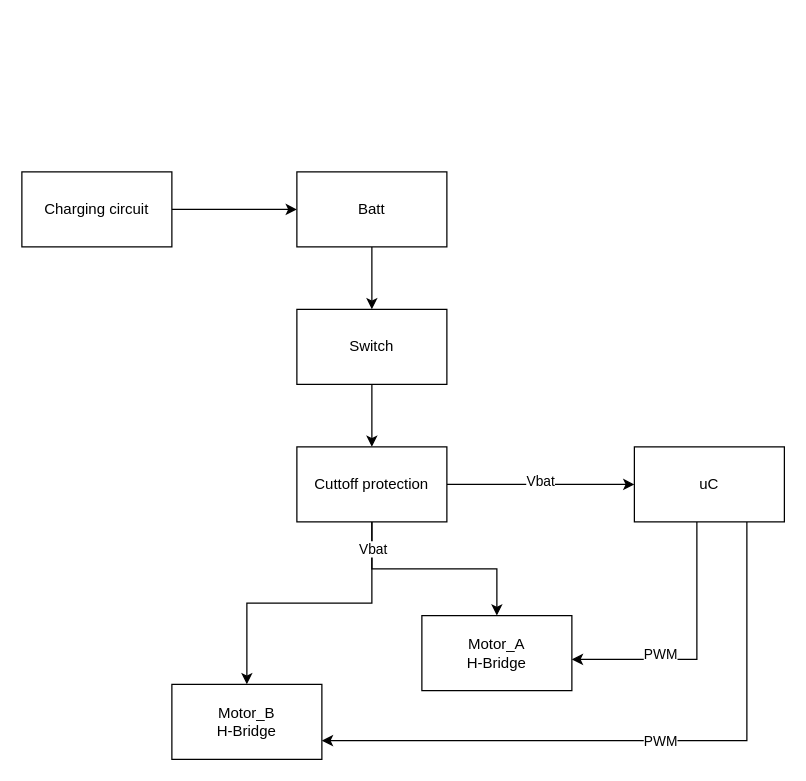
Above: documents/power/system-diagram.drawio in Luke-VDW/micromouse (draw.io), before the change. Source tidied: cells renumbered, new cells numbered last; positions are measured from the earlier drawing's top-left corner, leaving out a move shared by most shapes. Both pictures are drawn from the tidied source at 125%, with x=0, y=0 at pixel (21, 171).
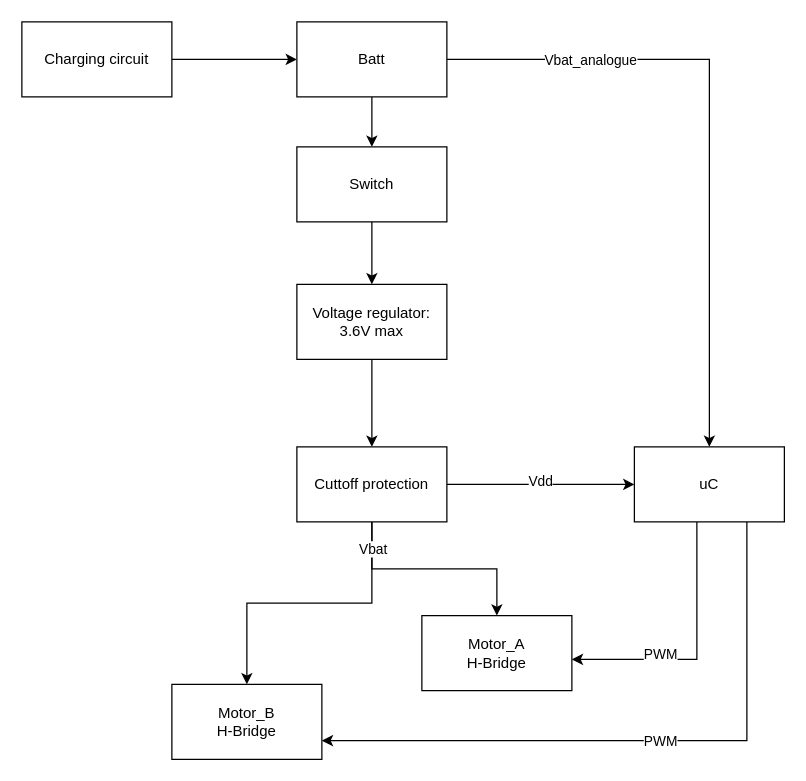
Above is the later version.

The change refers to these unchanged cells:
```xml
<mxCell id="9" style="edgeStyle=orthogonalEdgeStyle;rounded=0;jettySize=auto;html=1;" parent="1" edge="1" source="13" target="19">
  <mxGeometry relative="1" as="geometry" />
</mxCell>
<mxCell id="13" value="Cuttoff protection" style="whiteSpace=wrap;html=1;rounded=0;" parent="1" vertex="1">
  <mxGeometry x="220" y="220" width="120" height="60" as="geometry" />
</mxCell>
<mxCell id="19" value="uC" style="whiteSpace=wrap;html=1;rounded=0;" parent="1" vertex="1">
  <mxGeometry x="490" y="220" width="120" height="60" as="geometry" />
</mxCell>
```

The edit, as a diff of the source:
```diff
@@
+    <mxCell id="21" style="edgeStyle=orthogonalEdgeStyle;rounded=0;jettySize=auto;html=1;" parent="1" edge="1" source="4" target="19">
+      <mxGeometry relative="1" as="geometry" />
+    </mxCell>
+    <mxCell id="22" value="Vbat_analogue" style="edgeLabel;html=1;align=center;verticalAlign=middle;" parent="21" vertex="1">
+      <mxGeometry x="-0.56" y="-4" relative="1" as="geometry">
+        <mxPoint y="-4" as="offset" />
+      </mxGeometry>
+    </mxCell>
@@
     <mxCell id="4" value="Batt" style="rounded=0;whiteSpace=wrap;html=1;" parent="1" vertex="1">
-      <mxGeometry x="220" width="120" height="60" as="geometry" />
+      <mxGeometry x="220" y="-120" width="120" height="60" as="geometry" />
     </mxCell>
     <mxCell id="5" value="Charging circuit" style="rounded=0;whiteSpace=wrap;html=1;" parent="1" vertex="1">
-      <mxGeometry width="120" height="60" as="geometry" />
+      <mxGeometry y="-120" width="120" height="60" as="geometry" />
     </mxCell>
-    <mxCell id="6" style="edgeStyle=orthogonalEdgeStyle;rounded=0;jettySize=auto;html=1;" parent="1" edge="1" source="7" target="13">
-      <mxGeometry relative="1" as="geometry" />
-    </mxCell>
+    <mxCell id="23" style="edgeStyle=orthogonalEdgeStyle;rounded=0;jettySize=auto;html=1;" parent="1" edge="1" source="7" target="25">
+      <mxGeometry relative="1" as="geometry" />
+    </mxCell>
     <mxCell id="7" value="Switch" style="whiteSpace=wrap;html=1;rounded=0;" parent="1" vertex="1">
-      <mxGeometry x="220" y="110" width="120" height="60" as="geometry" />
+      <mxGeometry x="220" y="-20" width="120" height="60" as="geometry" />
     </mxCell>
@@
-    <mxCell id="10" value="Vbat" style="edgeLabel;html=1;align=center;verticalAlign=middle;" parent="9" vertex="1">
+    <mxCell id="10" value="Vdd" style="edgeLabel;html=1;align=center;verticalAlign=middle;" parent="9" vertex="1">
       <mxGeometry x="-0.01" y="3" relative="1" as="geometry" />
     </mxCell>
@@
+    <mxCell id="24" style="edgeStyle=orthogonalEdgeStyle;rounded=0;jettySize=auto;html=1;" parent="1" edge="1" source="25" target="13">
+      <mxGeometry relative="1" as="geometry" />
+    </mxCell>
+    <mxCell id="25" value="Voltage regulator:&lt;div&gt;3.6V max&lt;/div&gt;" style="whiteSpace=wrap;html=1;rounded=0;" parent="1" vertex="1">
+      <mxGeometry x="220" y="90" width="120" height="60" as="geometry" />
+    </mxCell>
```
